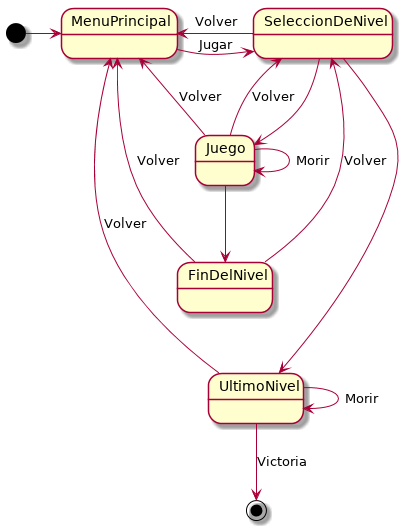
This is Bomberman UML/Diagrama de estados/ver1/Bomberman_UML_Estados_v.1.png from vtroitio/Bomberman, a PlantUML export, as it was before one commit. Its diagram source:
```plantuml
@startuml
state MenuPrincipal{
}
state SeleccionDeNivel{
}
state Juego{
}
state UltimoNivel{
}

[*] -right-> MenuPrincipal
MenuPrincipal -right-> SeleccionDeNivel : Jugar
SeleccionDeNivel -right-> MenuPrincipal : Volver
SeleccionDeNivel -down-> Juego
SeleccionDeNivel --down-> UltimoNivel
Juego --> MenuPrincipal : Volver
Juego --> FinDelNivel
Juego --> SeleccionDeNivel : Volver
Juego --> Juego : Morir
FinDelNivel --> MenuPrincipal : Volver
FinDelNivel --> SeleccionDeNivel : Volver
UltimoNivel ----> UltimoNivel : Morir
UltimoNivel ----> MenuPrincipal : Volver
UltimoNivel --> [*] : Victoria
@enduml
```
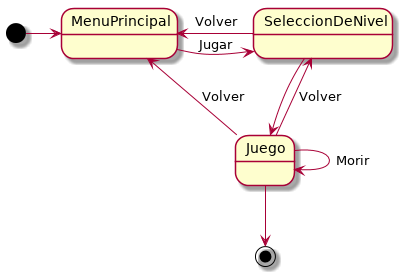
The same diagram one commit later.

Commit message:
Cambio diagrama UML de estados

Diff of the diagram source:
```diff
@@ -5,21 +5,14 @@
 }
 state Juego{
 }
-state UltimoNivel{
-}
+
 
 [*] -right-> MenuPrincipal
 MenuPrincipal -right-> SeleccionDeNivel : Jugar
 SeleccionDeNivel -right-> MenuPrincipal : Volver
 SeleccionDeNivel -down-> Juego
-SeleccionDeNivel --down-> UltimoNivel
 Juego --> MenuPrincipal : Volver
-Juego --> FinDelNivel
 Juego --> SeleccionDeNivel : Volver
 Juego --> Juego : Morir
-FinDelNivel --> MenuPrincipal : Volver
-FinDelNivel --> SeleccionDeNivel : Volver
-UltimoNivel ----> UltimoNivel : Morir
-UltimoNivel ----> MenuPrincipal : Volver
-UltimoNivel --> [*] : Victoria
+Juego -down-> [*]
 @enduml
```
